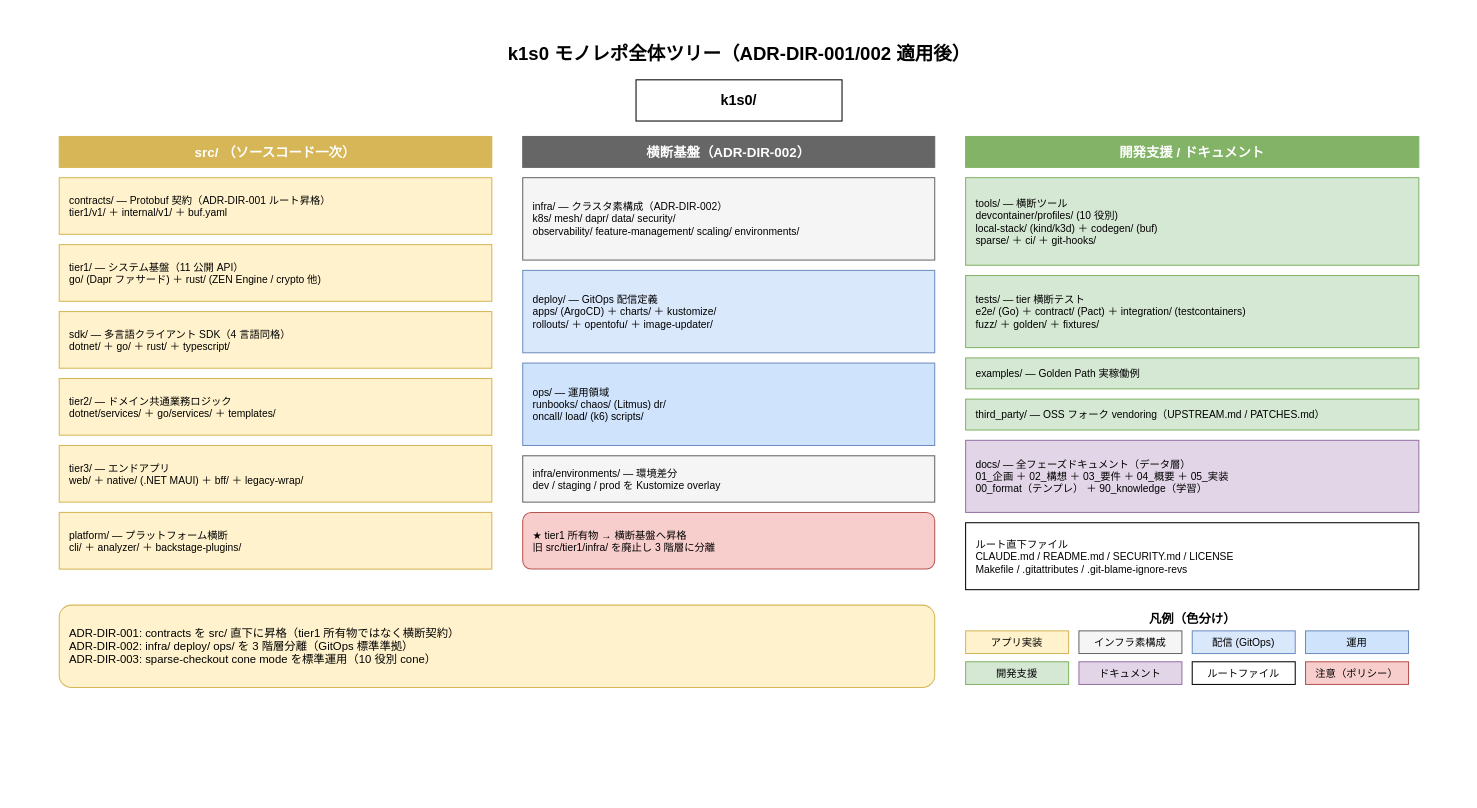
Earlier version of the draw.io diagram docs/05_実装/00_ディレクトリ設計/10_ルートレイアウト/img/リポジトリルート全体ツリー.drawio (RyuheiKiso/k1s0). Source tidied: cells renumbered, new cells numbered last; positions are measured from the earlier drawing's top-left corner, leaving out a move shared by most shapes. Both pictures are drawn from the tidied source at 103%, with x=0, y=0 at pixel (18, 18).
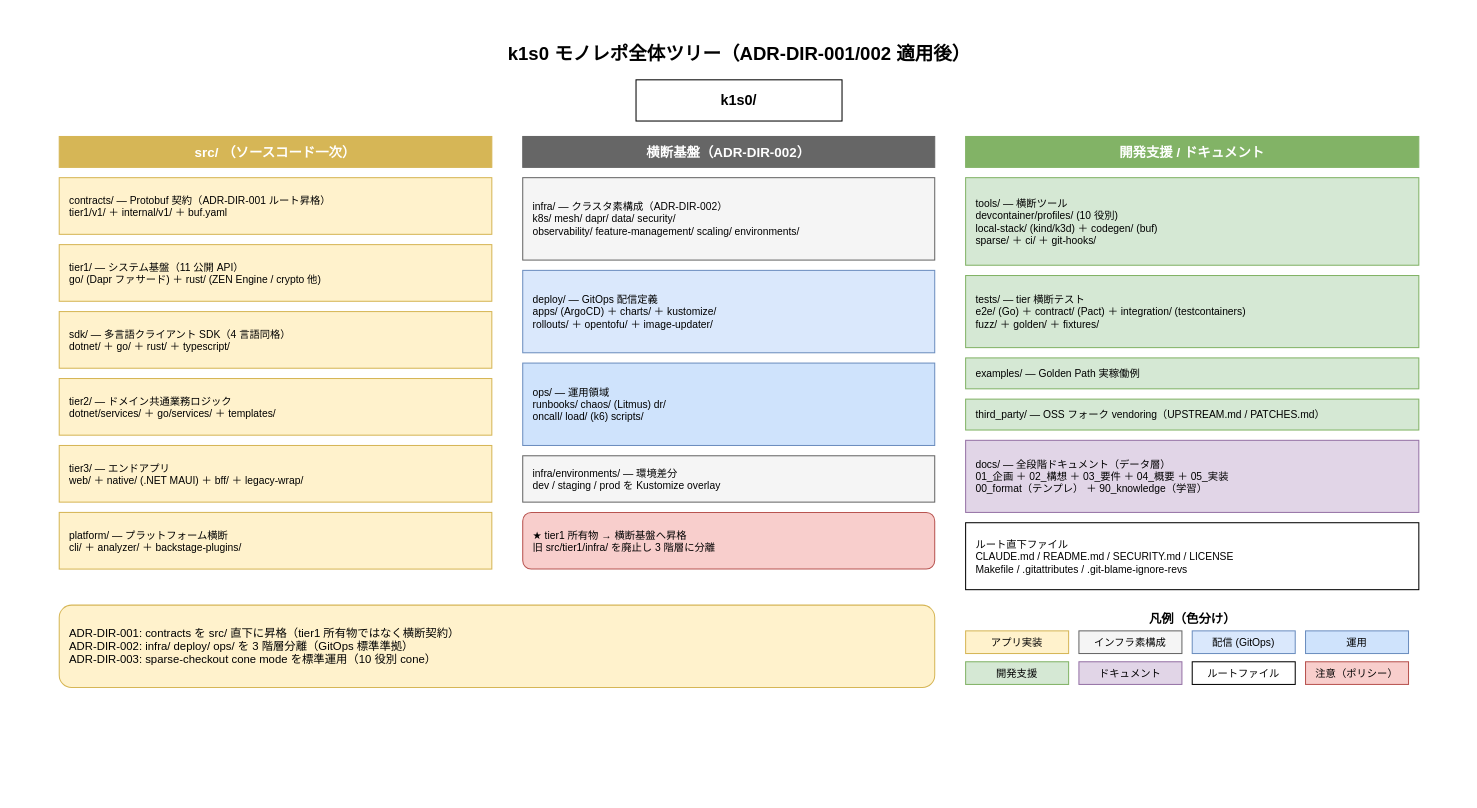
After the change.

What changed in the source:
```diff
@@
-    <mxCell id="23" value="docs/  — 全フェーズドキュメント（データ層）&#10;  01_企画 ＋ 02_構想 ＋ 03_要件 ＋ 04_概要 ＋ 05_実装&#10;  00_format（テンプレ） ＋ 90_knowledge（学習）" style="rounded=0;whiteSpace=wrap;html=1;fillColor=#e1d5e7;strokeColor=#9673a6;fontSize=10;align=left;spacingLeft=8;" parent="1" vertex="1">
+    <mxCell id="23" value="docs/  — 全段階ドキュメント（データ層）&#10;  01_企画 ＋ 02_構想 ＋ 03_要件 ＋ 04_概要 ＋ 05_実装&#10;  00_format（テンプレ） ＋ 90_knowledge（学習）" style="rounded=0;whiteSpace=wrap;html=1;fillColor=#e1d5e7;strokeColor=#9673a6;fontSize=10;align=left;spacingLeft=8;" parent="1" vertex="1">
       <mxGeometry x="920" y="410" width="440" height="70" as="geometry" />
     </mxCell>
```
